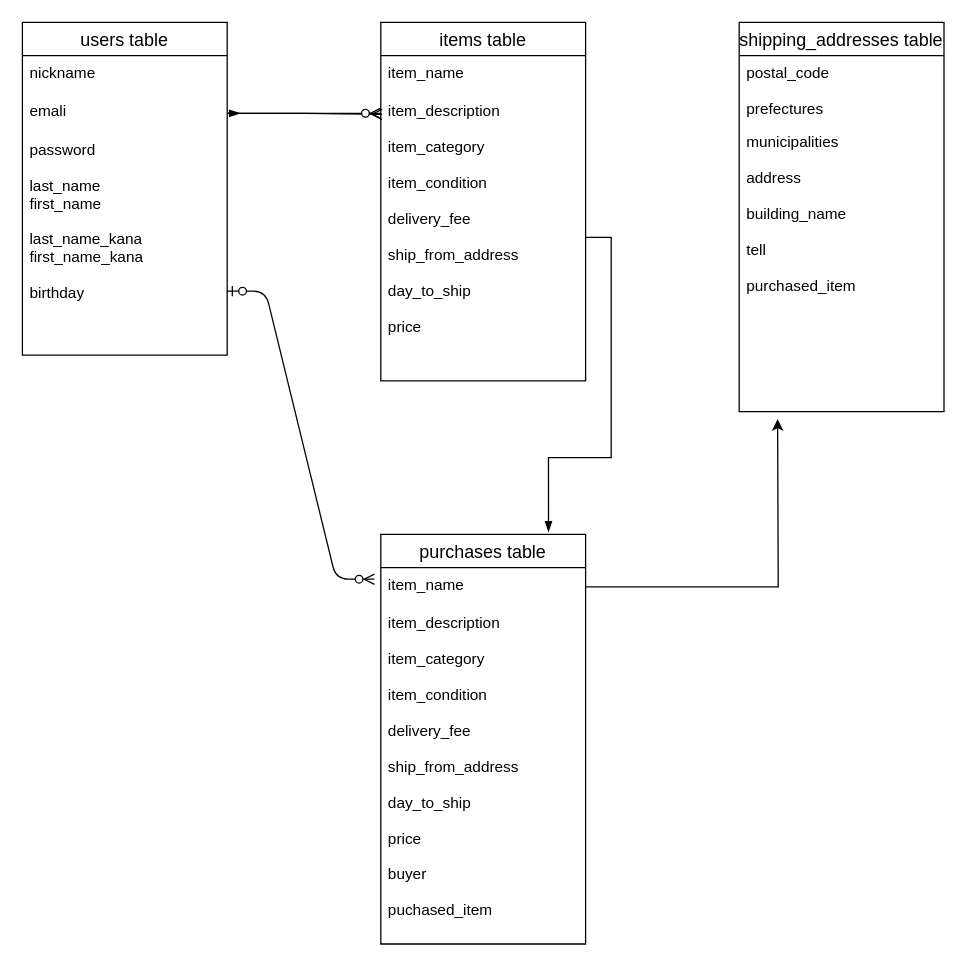
hirobitch/furima-36776 keeps this draw.io diagram as page "ページ1" (1 of 2) of furima.dio. Above is the earlier version. Source tidied: cells renumbered, new cells numbered last; positions are measured from the earlier drawing's top-left corner, leaving out a move shared by most shapes. Both pictures are drawn from the tidied source at 128%, with x=0, y=0 at pixel (22, 22).
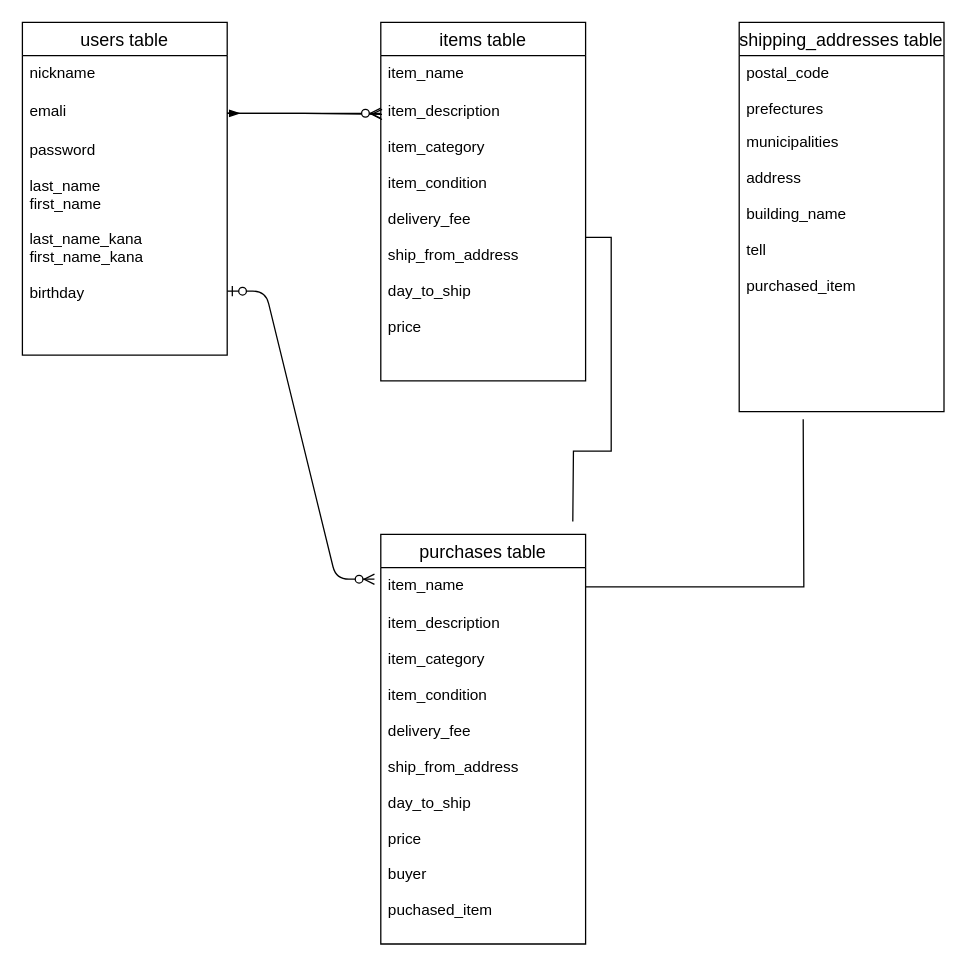
Above is the later version.

Commit message (it also covers changes not shown here):
修正2回目　DB設計

The change refers to these unchanged cells:
```xml
<mxCell id="9" value="item_description&#10;&#10;item_category&#10;&#10;item_condition&#10;&#10;delivery_fee&#10;&#10;ship_from_address&#10;&#10;day_to_ship&#10;&#10;price&#10;&#10;" style="text;strokeColor=none;fillColor=none;spacingLeft=4;spacingRight=4;overflow=hidden;points=[[0,0.5],[1,0.5]];portConstraint=eastwest;fontSize=12;" parent="7" vertex="1">
  <mxGeometry y="56" width="160" height="224" as="geometry" />
</mxCell>
<mxCell id="13" value="purchases table" style="swimlane;fontStyle=0;horizontal=1;startSize=26;align=center;fontSize=14;" parent="1" vertex="1">
  <mxGeometry x="280" y="400" width="160" height="320" as="geometry" />
</mxCell>
<mxCell id="14" value="item_name" style="text;strokeColor=none;fillColor=none;spacingLeft=4;spacingRight=4;overflow=hidden;points=[[0,0.5],[1,0.5]];portConstraint=eastwest;fontSize=12;" parent="13" vertex="1">
  <mxGeometry y="26" width="160" height="30" as="geometry" />
</mxCell>
```

What changed in the source:
```diff
@@
-    <mxCell id="2" style="shape=partialRectangle;fillColor=none;top=0;left=0;bottom=0;right=0;align=left;spacingLeft=6;overflow=hidden;" parent="1" vertex="1">
-      <mxGeometry x="460" y="630" width="150" height="30" as="geometry" />
-    </mxCell>
@@
-    <mxCell id="18" style="edgeStyle=orthogonalEdgeStyle;rounded=0;jettySize=auto;html=1;exitX=1;exitY=0.5;exitDx=0;exitDy=0;entryX=0.819;entryY=-0.006;entryDx=0;entryDy=0;entryPerimeter=0;endArrow=blockThin;endFill=1;" parent="1" edge="1" source="9" target="13">
-      <mxGeometry relative="1" as="geometry" />
-    </mxCell>
@@
-    <mxCell id="21" value="&lt;br&gt;" style="edgeStyle=orthogonalEdgeStyle;rounded=0;jettySize=auto;html=1;exitX=1;exitY=0.5;exitDx=0;exitDy=0;" parent="1" edge="1" source="14">
-      <mxGeometry relative="1" as="geometry">
-        <mxPoint x="590" y="310" as="targetPoint" />
-      </mxGeometry>
-    </mxCell>
+    <mxCell id="22" style="edgeStyle=orthogonalEdgeStyle;rounded=0;jettySize=auto;html=1;exitX=1;exitY=0.5;exitDx=0;exitDy=0;endArrow=none;endFill=0;" parent="1" edge="1" source="14">
+      <mxGeometry relative="1" as="geometry">
+        <mxPoint x="610" y="310" as="targetPoint" />
+      </mxGeometry>
+    </mxCell>
+    <mxCell id="23" style="edgeStyle=orthogonalEdgeStyle;rounded=0;jettySize=auto;html=1;exitX=1;exitY=0.5;exitDx=0;exitDy=0;endArrow=none;endFill=0;" parent="1" edge="1" source="9">
+      <mxGeometry relative="1" as="geometry">
+        <mxPoint x="430" y="390" as="targetPoint" />
+      </mxGeometry>
+    </mxCell>
```
